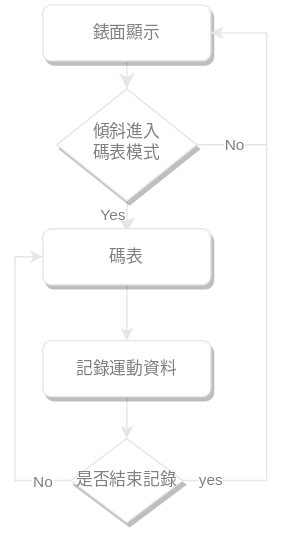
This is media/watch.svg from chyijiunn/picoWatchSportMode, a draw.io export, as it was before one commit. Source tidied: cells renumbered, new cells last; positions are measured from the earlier drawing's top-left corner, leaving out a move shared by most shapes.
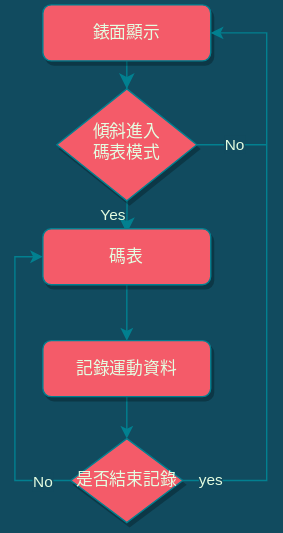
Above is the later version.

What changed in the source:
```diff
@@ -1,37 +1,37 @@
-<mxGraphModel>
+<mxGraphModel background="#114B5F">
   <root>
     <mxCell id="0" />
     <mxCell id="1" parent="0" />
-    <mxCell id="2" style="rounded=0;html=1;jettySize=auto;fontSize=11;endArrow=classic;endFill=1;endSize=8;strokeWidth=1;shadow=0;labelBackgroundColor=none;edgeStyle=orthogonalEdgeStyle;fontColor=#808080;labelBorderColor=none;strokeColor=#E6E6E6;" parent="1" edge="1" source="3" target="5">
+    <mxCell id="2" style="rounded=0;html=1;jettySize=auto;fontSize=11;endArrow=classic;endFill=1;endSize=8;strokeWidth=1;shadow=0;labelBackgroundColor=none;edgeStyle=orthogonalEdgeStyle;fontColor=#E4FDE1;labelBorderColor=none;strokeColor=#028090;" parent="1" edge="1" source="3" target="5">
       <mxGeometry relative="1" as="geometry" />
     </mxCell>
-    <mxCell id="3" value="錶面顯示" style="rounded=1;whiteSpace=wrap;html=1;fontSize=12;glass=0;strokeWidth=1;shadow=1;fontColor=#808080;strokeColor=#E6E6E6;" parent="1" vertex="1">
+    <mxCell id="3" value="錶面顯示" style="rounded=1;whiteSpace=wrap;html=1;fontSize=12;glass=0;strokeWidth=1;shadow=1;fontColor=#E4FDE1;strokeColor=#028090;fillColor=#F45B69;" parent="1" vertex="1">
       <mxGeometry x="20" width="120" height="40" as="geometry" />
     </mxCell>
-    <mxCell id="4" value="Yes" style="edgeStyle=orthogonalEdgeStyle;rounded=0;html=1;jettySize=auto;fontSize=11;endArrow=classic;endFill=1;endSize=8;strokeWidth=1;shadow=0;labelBackgroundColor=none;exitX=0.502;exitY=0.983;exitDx=0;exitDy=0;exitPerimeter=0;fontColor=#808080;labelBorderColor=none;strokeColor=#E6E6E6;" parent="1" edge="1" source="5">
+    <mxCell id="4" value="Yes" style="edgeStyle=orthogonalEdgeStyle;rounded=0;html=1;jettySize=auto;fontSize=11;endArrow=classic;endFill=1;endSize=8;strokeWidth=1;shadow=0;labelBackgroundColor=none;exitX=0.502;exitY=0.983;exitDx=0;exitDy=0;exitPerimeter=0;fontColor=#E4FDE1;labelBorderColor=none;strokeColor=#028090;" parent="1" edge="1" source="5">
       <mxGeometry x="-0.06" y="-10" relative="1" as="geometry">
         <mxPoint x="80" y="163" as="targetPoint" />
       </mxGeometry>
     </mxCell>
-    <mxCell id="5" value="傾斜進入&lt;br&gt;碼表模式" style="rhombus;whiteSpace=wrap;html=1;shadow=1;fontFamily=Helvetica;fontSize=12;align=center;strokeWidth=1;spacing=6;spacingTop=-4;fontColor=#808080;strokeColor=#E6E6E6;" parent="1" vertex="1">
+    <mxCell id="5" value="傾斜進入&lt;br&gt;碼表模式" style="rhombus;whiteSpace=wrap;html=1;shadow=1;fontFamily=Helvetica;fontSize=12;align=center;strokeWidth=1;spacing=6;spacingTop=-4;fontColor=#E4FDE1;strokeColor=#028090;fillColor=#F45B69;" parent="1" vertex="1">
       <mxGeometry x="30" y="60" width="100" height="80" as="geometry" />
     </mxCell>
-    <mxCell id="6" style="edgeStyle=orthogonalEdgeStyle;rounded=0;jettySize=auto;html=1;fontColor=#808080;labelBorderColor=none;strokeColor=#E6E6E6;" parent="1" edge="1" source="7" target="9">
+    <mxCell id="6" style="edgeStyle=orthogonalEdgeStyle;rounded=0;jettySize=auto;html=1;fontColor=#E4FDE1;labelBorderColor=none;strokeColor=#028090;labelBackgroundColor=#114B5F;" parent="1" edge="1" source="7" target="9">
       <mxGeometry relative="1" as="geometry" />
     </mxCell>
-    <mxCell id="7" value="碼表" style="rounded=1;whiteSpace=wrap;html=1;fontSize=12;glass=0;strokeWidth=1;shadow=1;fontColor=#808080;strokeColor=#E6E6E6;" parent="1" vertex="1">
+    <mxCell id="7" value="碼表" style="rounded=1;whiteSpace=wrap;html=1;fontSize=12;glass=0;strokeWidth=1;shadow=1;fontColor=#E4FDE1;strokeColor=#028090;fillColor=#F45B69;" parent="1" vertex="1">
       <mxGeometry x="20" y="160" width="120" height="40" as="geometry" />
     </mxCell>
-    <mxCell id="8" style="edgeStyle=orthogonalEdgeStyle;rounded=0;jettySize=auto;html=1;fontColor=#808080;labelBorderColor=none;strokeColor=#E6E6E6;" parent="1" edge="1" source="9" target="10">
+    <mxCell id="8" style="edgeStyle=orthogonalEdgeStyle;rounded=0;jettySize=auto;html=1;fontColor=#E4FDE1;labelBorderColor=none;strokeColor=#028090;labelBackgroundColor=#114B5F;" parent="1" edge="1" source="9" target="10">
       <mxGeometry relative="1" as="geometry" />
     </mxCell>
-    <mxCell id="9" value="記錄運動資料" style="rounded=1;whiteSpace=wrap;html=1;fontSize=12;glass=0;strokeWidth=1;shadow=1;fontColor=#808080;strokeColor=#E6E6E6;" parent="1" vertex="1">
+    <mxCell id="9" value="記錄運動資料" style="rounded=1;whiteSpace=wrap;html=1;fontSize=12;glass=0;strokeWidth=1;shadow=1;fontColor=#E4FDE1;strokeColor=#028090;fillColor=#F45B69;" parent="1" vertex="1">
       <mxGeometry x="20" y="240" width="120" height="40" as="geometry" />
     </mxCell>
-    <mxCell id="10" value="是否結束記錄" style="rhombus;whiteSpace=wrap;html=1;rounded=0;glass=0;strokeWidth=1;shadow=1;fontColor=#808080;strokeColor=#E6E6E6;" parent="1" vertex="1">
+    <mxCell id="10" value="是否結束記錄" style="rhombus;whiteSpace=wrap;html=1;rounded=0;glass=0;strokeWidth=1;shadow=1;fontColor=#E4FDE1;strokeColor=#028090;fillColor=#F45B69;" parent="1" vertex="1">
       <mxGeometry x="40" y="310" width="80" height="60" as="geometry" />
     </mxCell>
-    <mxCell id="11" style="endArrow=classic;html=1;rounded=0;entryX=1;entryY=0.5;entryDx=0;entryDy=0;exitX=1;exitY=0.5;exitDx=0;exitDy=0;fontColor=#808080;labelBorderColor=none;strokeColor=#E6E6E6;" parent="1" edge="1" source="10" target="3">
+    <mxCell id="11" style="endArrow=classic;html=1;rounded=0;entryX=1;entryY=0.5;entryDx=0;entryDy=0;exitX=1;exitY=0.5;exitDx=0;exitDy=0;fontColor=#E4FDE1;labelBorderColor=none;strokeColor=#028090;labelBackgroundColor=#114B5F;" parent="1" edge="1" source="10" target="3">
       <mxGeometry relative="1" as="geometry">
         <Array as="points">
           <mxPoint x="180" y="340" />
@@ -39,20 +39,20 @@
         </Array>
       </mxGeometry>
     </mxCell>
-    <mxCell id="12" value="yes" style="edgeLabel;html=1;align=center;verticalAlign=middle;fontColor=#808080;labelBorderColor=none;" parent="11" vertex="1">
+    <mxCell id="12" value="yes" style="edgeLabel;html=1;align=center;verticalAlign=middle;fontColor=#E4FDE1;labelBorderColor=none;labelBackgroundColor=#114B5F;" parent="11" vertex="1">
       <mxGeometry x="0.8" y="4" relative="1" as="geometry">
         <mxPoint x="-36" y="319" as="offset" />
       </mxGeometry>
     </mxCell>
-    <mxCell id="13" style="endArrow=none;html=1;rounded=0;exitX=1;exitY=0.5;exitDx=0;exitDy=0;fontColor=#808080;labelBorderColor=none;strokeColor=#E6E6E6;" parent="1" edge="1" source="5">
+    <mxCell id="13" style="endArrow=none;html=1;rounded=0;exitX=1;exitY=0.5;exitDx=0;exitDy=0;fontColor=#E4FDE1;labelBorderColor=none;strokeColor=#028090;labelBackgroundColor=#114B5F;" parent="1" edge="1" source="5">
       <mxGeometry relative="1" as="geometry">
         <mxPoint x="180" y="100" as="targetPoint" />
       </mxGeometry>
     </mxCell>
-    <mxCell id="14" value="No" style="edgeLabel;html=1;align=center;verticalAlign=middle;fontColor=#808080;labelBorderColor=none;" parent="13" vertex="1">
+    <mxCell id="14" value="No" style="edgeLabel;html=1;align=center;verticalAlign=middle;fontColor=#E4FDE1;labelBorderColor=none;labelBackgroundColor=#114B5F;" parent="13" vertex="1">
       <mxGeometry x="0.08" relative="1" as="geometry" />
     </mxCell>
-    <mxCell id="15" style="endArrow=classic;html=1;rounded=0;exitX=0;exitY=0.5;exitDx=0;exitDy=0;entryX=0;entryY=0.5;entryDx=0;entryDy=0;fontColor=#808080;labelBorderColor=none;strokeColor=#E6E6E6;" parent="1" edge="1" source="10" target="7">
+    <mxCell id="15" style="endArrow=classic;html=1;rounded=0;exitX=0;exitY=0.5;exitDx=0;exitDy=0;entryX=0;entryY=0.5;entryDx=0;entryDy=0;fontColor=#E4FDE1;labelBorderColor=none;strokeColor=#028090;labelBackgroundColor=#114B5F;" parent="1" edge="1" source="10" target="7">
       <mxGeometry relative="1" as="geometry">
         <Array as="points">
           <mxPoint y="340" />
@@ -61,7 +61,7 @@
         </Array>
       </mxGeometry>
     </mxCell>
-    <mxCell id="16" value="No" style="edgeLabel;html=1;align=center;verticalAlign=middle;fontColor=#808080;labelBorderColor=none;" parent="15" vertex="1">
+    <mxCell id="16" value="No" style="edgeLabel;html=1;align=center;verticalAlign=middle;fontColor=#E4FDE1;labelBorderColor=none;labelBackgroundColor=#114B5F;" parent="15" vertex="1">
       <mxGeometry x="0.6" y="1" relative="1" as="geometry">
         <mxPoint x="21" y="136" as="offset" />
       </mxGeometry>
```
